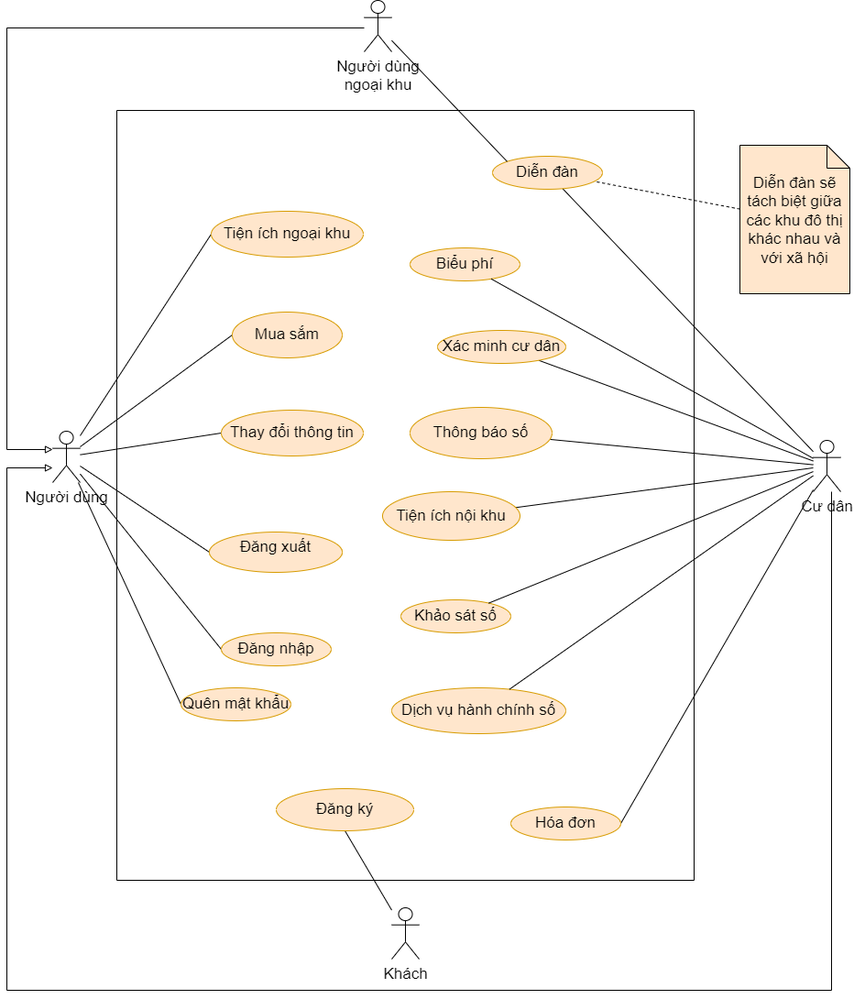
kienndhn/draw-io keeps this draw.io diagram as usecase diagram/use case tông quan.drawio.png. Above is the earlier version. Source tidied: cells renumbered, new cells last; positions are measured from the earlier drawing's top-left corner, leaving out a move shared by most shapes.
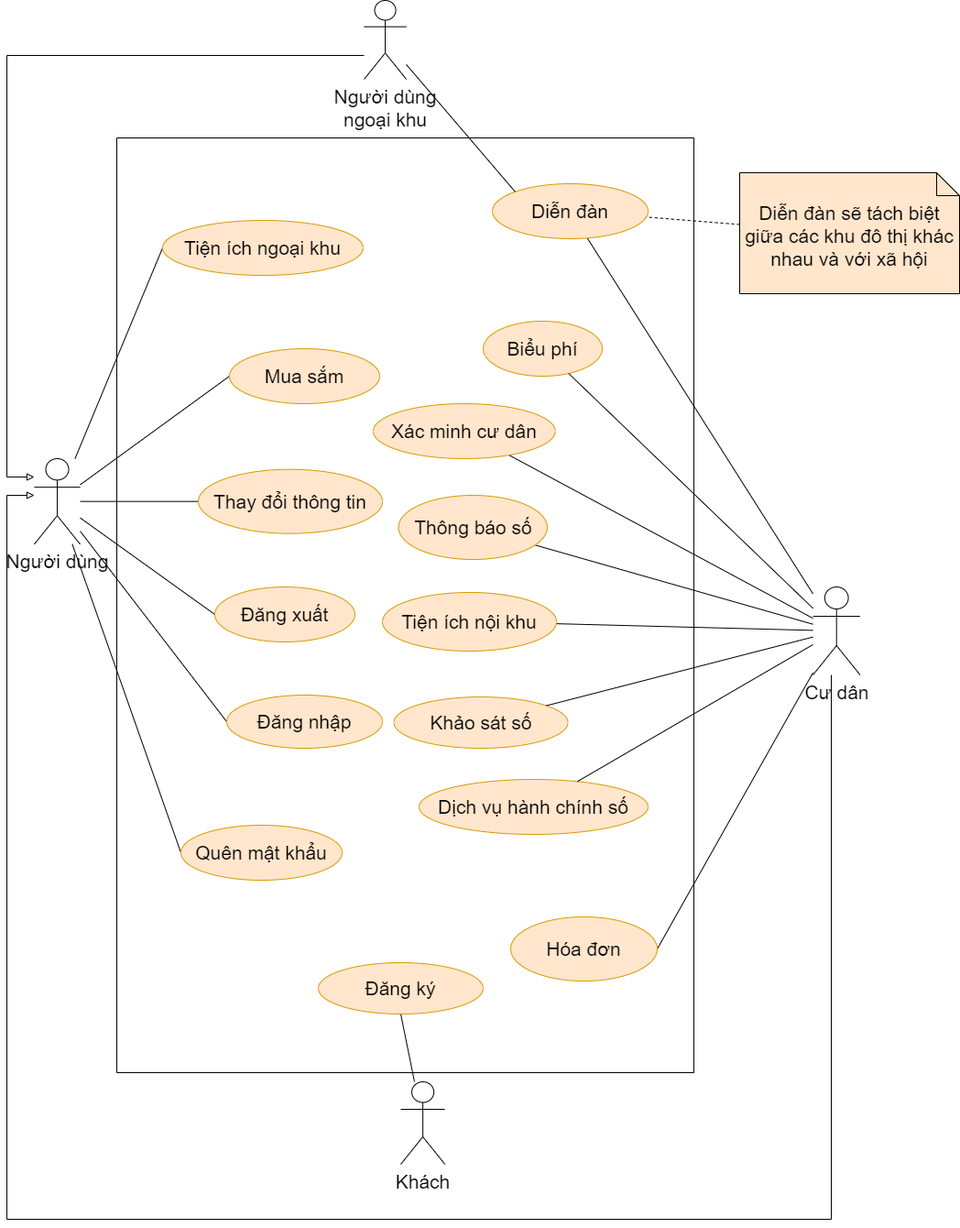
After the commit.

The edit, as a diff of the source:
```diff
@@ -2,19 +2,19 @@
   <root>
     <mxCell id="0" />
     <mxCell id="1" parent="0" />
-    <mxCell id="2" style="edgeStyle=none;rounded=0;jettySize=auto;html=1;entryX=0;entryY=0.5;entryDx=0;entryDy=0;endArrow=none;endFill=0;fontSize=17;" parent="1" edge="1" source="9" target="22">
+    <mxCell id="2" style="edgeStyle=none;rounded=0;jettySize=auto;html=1;entryX=0;entryY=0.5;entryDx=0;entryDy=0;endArrow=none;endFill=0;fontSize=21;" parent="1" edge="1" source="9" target="22">
       <mxGeometry relative="1" as="geometry" />
     </mxCell>
-    <mxCell id="3" style="edgeStyle=none;rounded=0;jettySize=auto;html=1;entryX=0;entryY=0.5;entryDx=0;entryDy=0;endArrow=none;endFill=0;fontSize=17;" parent="1" edge="1" source="9" target="21">
+    <mxCell id="3" style="edgeStyle=none;rounded=0;jettySize=auto;html=1;entryX=0;entryY=0.5;entryDx=0;entryDy=0;endArrow=none;endFill=0;fontSize=21;" parent="1" edge="1" source="9" target="21">
       <mxGeometry relative="1" as="geometry" />
     </mxCell>
-    <mxCell id="4" style="edgeStyle=none;rounded=0;jettySize=auto;html=1;entryX=0;entryY=0.5;entryDx=0;entryDy=0;endArrow=none;endFill=0;fontSize=17;" parent="1" edge="1" source="9" target="23">
+    <mxCell id="4" style="edgeStyle=none;rounded=0;jettySize=auto;html=1;entryX=0;entryY=0.5;entryDx=0;entryDy=0;endArrow=none;endFill=0;fontSize=21;" parent="1" edge="1" source="9" target="23">
       <mxGeometry relative="1" as="geometry" />
     </mxCell>
-    <mxCell id="5" style="edgeStyle=none;rounded=0;jettySize=auto;html=1;entryX=0;entryY=0.5;entryDx=0;entryDy=0;endArrow=none;endFill=0;fontSize=17;" parent="1" edge="1" source="9" target="20">
+    <mxCell id="5" style="edgeStyle=none;rounded=0;jettySize=auto;html=1;entryX=0;entryY=0.5;entryDx=0;entryDy=0;endArrow=none;endFill=0;fontSize=21;" parent="1" edge="1" source="9" target="20">
       <mxGeometry relative="1" as="geometry" />
     </mxCell>
-    <mxCell id="6" style="edgeStyle=orthogonalEdgeStyle;rounded=0;jettySize=auto;html=1;startArrow=block;startFill=0;endArrow=none;endFill=0;fontSize=17;" parent="1" edge="1" source="9" target="36">
+    <mxCell id="6" style="edgeStyle=orthogonalEdgeStyle;rounded=0;jettySize=auto;html=1;startArrow=block;startFill=0;endArrow=none;endFill=0;fontSize=21;" parent="1" edge="1" source="9" target="36">
       <mxGeometry relative="1" as="geometry">
         <Array as="points">
           <mxPoint y="490" />
@@ -22,116 +22,116 @@
         </Array>
       </mxGeometry>
     </mxCell>
-    <mxCell id="7" style="edgeStyle=none;rounded=0;jettySize=auto;html=1;entryX=0;entryY=0.5;entryDx=0;entryDy=0;strokeWidth=1;endArrow=none;endFill=0;fontSize=17;" parent="1" edge="1" source="9" target="27">
+    <mxCell id="7" style="edgeStyle=none;rounded=0;jettySize=auto;html=1;entryX=0;entryY=0.5;entryDx=0;entryDy=0;strokeWidth=1;endArrow=none;endFill=0;fontSize=21;" parent="1" edge="1" source="9" target="27">
       <mxGeometry relative="1" as="geometry" />
     </mxCell>
-    <mxCell id="8" style="edgeStyle=none;rounded=0;jettySize=auto;html=1;entryX=0;entryY=0.5;entryDx=0;entryDy=0;strokeWidth=1;fontSize=17;endArrow=none;endFill=0;" parent="1" edge="1" source="9" target="34">
+    <mxCell id="8" style="edgeStyle=none;rounded=0;jettySize=auto;html=1;entryX=0;entryY=0.5;entryDx=0;entryDy=0;strokeWidth=1;fontSize=21;endArrow=none;endFill=0;" parent="1" edge="1" source="9" target="34">
       <mxGeometry relative="1" as="geometry" />
     </mxCell>
-    <mxCell id="9" value="Người dùng" style="shape=umlActor;verticalLabelPosition=bottom;verticalAlign=top;html=1;outlineConnect=0;fontSize=17;" parent="1" vertex="1">
-      <mxGeometry x="50" y="470" width="30" height="56" as="geometry" />
+    <mxCell id="9" value="Người dùng" style="shape=umlActor;verticalLabelPosition=bottom;verticalAlign=top;html=1;outlineConnect=0;fontSize=21;" parent="1" vertex="1">
+      <mxGeometry x="30" y="470" width="50" height="93.3" as="geometry" />
     </mxCell>
-    <mxCell id="10" style="rounded=0;jettySize=auto;html=1;entryX=0.5;entryY=1;entryDx=0;entryDy=0;endArrow=none;endFill=0;fontSize=17;" parent="1" edge="1" source="11" target="24">
+    <mxCell id="10" style="rounded=0;jettySize=auto;html=1;entryX=0.5;entryY=1;entryDx=0;entryDy=0;endArrow=none;endFill=0;fontSize=21;" parent="1" edge="1" source="11" target="24">
       <mxGeometry relative="1" as="geometry" />
     </mxCell>
-    <mxCell id="11" value="Khách" style="shape=umlActor;verticalLabelPosition=bottom;verticalAlign=top;html=1;outlineConnect=0;fontSize=17;" parent="1" vertex="1">
-      <mxGeometry x="420" y="990" width="30" height="56" as="geometry" />
+    <mxCell id="11" value="Khách" style="shape=umlActor;verticalLabelPosition=bottom;verticalAlign=top;html=1;outlineConnect=0;fontSize=21;" parent="1" vertex="1">
+      <mxGeometry x="430" y="1150" width="48.2" height="90" as="geometry" />
     </mxCell>
-    <mxCell id="12" style="edgeStyle=orthogonalEdgeStyle;rounded=0;jettySize=auto;html=1;endArrow=block;endFill=0;fontSize=17;" parent="1" edge="1" source="14" target="9">
+    <mxCell id="12" style="edgeStyle=orthogonalEdgeStyle;rounded=0;jettySize=auto;html=1;endArrow=block;endFill=0;fontSize=21;" parent="1" edge="1" source="14" target="9">
       <mxGeometry relative="1" as="geometry">
         <Array as="points">
-          <mxPoint x="900" y="1080" />
-          <mxPoint y="1080" />
+          <mxPoint x="900" y="1300" />
+          <mxPoint y="1300" />
           <mxPoint y="510" />
         </Array>
       </mxGeometry>
     </mxCell>
-    <mxCell id="13" style="edgeStyle=none;rounded=0;jettySize=auto;html=1;entryX=1;entryY=0.5;entryDx=0;entryDy=0;startArrow=none;startFill=0;endArrow=none;endFill=0;fontSize=17;" parent="1" edge="1" source="14" target="29">
+    <mxCell id="13" style="edgeStyle=none;rounded=0;jettySize=auto;html=1;entryX=1;entryY=0.5;entryDx=0;entryDy=0;startArrow=none;startFill=0;endArrow=none;endFill=0;fontSize=21;" parent="1" edge="1" source="14" target="29">
       <mxGeometry relative="1" as="geometry" />
     </mxCell>
-    <mxCell id="14" value="Cư dân" style="shape=umlActor;verticalLabelPosition=bottom;verticalAlign=top;html=1;outlineConnect=0;fontSize=17;" parent="1" vertex="1">
-      <mxGeometry x="880" y="480" width="30" height="56" as="geometry" />
+    <mxCell id="14" value="Cư dân" style="shape=umlActor;verticalLabelPosition=bottom;verticalAlign=top;html=1;outlineConnect=0;fontSize=21;" parent="1" vertex="1">
+      <mxGeometry x="880" y="610" width="51.4" height="96" as="geometry" />
     </mxCell>
-    <mxCell id="15" style="rounded=0;jettySize=auto;html=1;startArrow=none;startFill=0;endArrow=none;endFill=0;fontSize=17;" parent="1" edge="1" source="28" target="14">
+    <mxCell id="15" style="rounded=0;jettySize=auto;html=1;startArrow=none;startFill=0;endArrow=none;endFill=0;fontSize=21;" parent="1" edge="1" source="28" target="14">
       <mxGeometry relative="1" as="geometry" />
     </mxCell>
-    <mxCell id="16" style="edgeStyle=none;rounded=0;jettySize=auto;html=1;startArrow=none;startFill=0;endArrow=none;endFill=0;fontSize=17;" parent="1" edge="1" source="31" target="14">
+    <mxCell id="16" style="edgeStyle=none;rounded=0;jettySize=auto;html=1;startArrow=none;startFill=0;endArrow=none;endFill=0;fontSize=21;" parent="1" edge="1" source="31" target="14">
       <mxGeometry relative="1" as="geometry" />
     </mxCell>
-    <mxCell id="17" style="edgeStyle=none;rounded=0;jettySize=auto;html=1;startArrow=none;startFill=0;endArrow=none;endFill=0;fontSize=17;" parent="1" edge="1" source="26" target="14">
+    <mxCell id="17" style="edgeStyle=none;rounded=0;jettySize=auto;html=1;startArrow=none;startFill=0;endArrow=none;endFill=0;fontSize=21;" parent="1" edge="1" source="26" target="14">
       <mxGeometry relative="1" as="geometry" />
     </mxCell>
-    <mxCell id="18" style="edgeStyle=none;rounded=0;jettySize=auto;html=1;startArrow=none;startFill=0;endArrow=none;endFill=0;fontSize=17;" parent="1" edge="1" source="25" target="14">
+    <mxCell id="18" style="edgeStyle=none;rounded=0;jettySize=auto;html=1;startArrow=none;startFill=0;endArrow=none;endFill=0;fontSize=21;" parent="1" edge="1" source="25" target="14">
       <mxGeometry relative="1" as="geometry" />
     </mxCell>
-    <mxCell id="19" style="swimlane;startSize=0;fontSize=17;" parent="1" vertex="1">
-      <mxGeometry x="120" y="120" width="630" height="840" as="geometry" />
+    <mxCell id="19" style="swimlane;startSize=0;fontSize=21;" parent="1" vertex="1">
+      <mxGeometry x="120" y="120" width="630" height="1020" as="geometry" />
     </mxCell>
-    <mxCell id="20" value="&lt;font style=&quot;font-size: 17px;&quot;&gt;Mua sắm&lt;/font&gt;" style="ellipse;whiteSpace=wrap;html=1;fillColor=#ffe6cc;strokeColor=#d79b00;fontSize=17;" parent="19" vertex="1">
-      <mxGeometry x="126" y="220" width="120" height="50" as="geometry" />
+    <mxCell id="20" value="&lt;font style=&quot;font-size: 21px;&quot;&gt;Mua sắm&lt;/font&gt;" style="ellipse;whiteSpace=wrap;html=1;fillColor=#ffe6cc;strokeColor=#d79b00;fontSize=21;" parent="19" vertex="1">
+      <mxGeometry x="123" y="230" width="164" height="60" as="geometry" />
     </mxCell>
-    <mxCell id="21" value="Thay đổi thông tin" style="ellipse;whiteSpace=wrap;html=1;fillColor=#ffe6cc;strokeColor=#d79b00;fontSize=17;" parent="19" vertex="1">
-      <mxGeometry x="114" y="327" width="155" height="50" as="geometry" />
+    <mxCell id="21" value="Thay đổi thông tin" style="ellipse;whiteSpace=wrap;html=1;fillColor=#ffe6cc;strokeColor=#d79b00;fontSize=21;" parent="19" vertex="1">
+      <mxGeometry x="89" y="361.7" width="201" height="70" as="geometry" />
     </mxCell>
-    <mxCell id="22" value="&lt;font style=&quot;font-size: 17px;&quot;&gt;Đăng nhập&lt;/font&gt;" style="ellipse;whiteSpace=wrap;html=1;fillColor=#ffe6cc;strokeColor=#d79b00;fontSize=17;" parent="19" vertex="1">
-      <mxGeometry x="114" y="570" width="120" height="36" as="geometry" />
+    <mxCell id="22" value="&lt;font style=&quot;font-size: 21px;&quot;&gt;Đăng nhập&lt;/font&gt;" style="ellipse;whiteSpace=wrap;html=1;fillColor=#ffe6cc;strokeColor=#d79b00;fontSize=21;" parent="19" vertex="1">
+      <mxGeometry x="120" y="608" width="170" height="58" as="geometry" />
     </mxCell>
-    <mxCell id="23" value="&lt;font style=&quot;font-size: 17px;&quot;&gt;Quên mật khẩu&lt;/font&gt;" style="ellipse;whiteSpace=wrap;html=1;fillColor=#ffe6cc;strokeColor=#d79b00;fontSize=17;" parent="19" vertex="1">
-      <mxGeometry x="70" y="630" width="120" height="36" as="geometry" />
+    <mxCell id="23" value="&lt;font style=&quot;font-size: 21px;&quot;&gt;Quên mật khẩu&lt;/font&gt;" style="ellipse;whiteSpace=wrap;html=1;fillColor=#ffe6cc;strokeColor=#d79b00;fontSize=21;" parent="19" vertex="1">
+      <mxGeometry x="70" y="750" width="176" height="60" as="geometry" />
     </mxCell>
-    <mxCell id="24" value="&lt;font style=&quot;font-size: 17px;&quot;&gt;Đăng ký&lt;/font&gt;" style="ellipse;whiteSpace=wrap;html=1;fillColor=#ffe6cc;strokeColor=#d79b00;fontSize=17;" parent="19" vertex="1">
-      <mxGeometry x="174" y="740" width="150" height="46" as="geometry" />
+    <mxCell id="24" value="&lt;font style=&quot;font-size: 21px;&quot;&gt;Đăng ký&lt;/font&gt;" style="ellipse;whiteSpace=wrap;html=1;fillColor=#ffe6cc;strokeColor=#d79b00;fontSize=21;" parent="19" vertex="1">
+      <mxGeometry x="220" y="900" width="180" height="56" as="geometry" />
     </mxCell>
-    <mxCell id="25" value="&lt;font style=&quot;font-size: 17px;&quot;&gt;Diễn đàn&lt;/font&gt;" style="ellipse;whiteSpace=wrap;html=1;fillColor=#ffe6cc;strokeColor=#d79b00;fontSize=17;" parent="19" vertex="1">
-      <mxGeometry x="410" y="50" width="120" height="36" as="geometry" />
+    <mxCell id="25" value="&lt;font style=&quot;font-size: 21px;&quot;&gt;Diễn đàn&lt;/font&gt;" style="ellipse;whiteSpace=wrap;html=1;fillColor=#ffe6cc;strokeColor=#d79b00;fontSize=21;" parent="19" vertex="1">
+      <mxGeometry x="410" y="50" width="170" height="60" as="geometry" />
     </mxCell>
-    <mxCell id="26" value="&lt;font style=&quot;font-size: 17px;&quot;&gt;Tiện ích nội khu&lt;/font&gt;" style="ellipse;whiteSpace=wrap;html=1;fillColor=#ffe6cc;strokeColor=#d79b00;fontSize=17;" parent="19" vertex="1">
-      <mxGeometry x="290" y="416" width="150" height="53" as="geometry" />
+    <mxCell id="26" value="&lt;font style=&quot;font-size: 21px;&quot;&gt;Tiện ích nội khu&lt;/font&gt;" style="ellipse;whiteSpace=wrap;html=1;fillColor=#ffe6cc;strokeColor=#d79b00;fontSize=21;" parent="19" vertex="1">
+      <mxGeometry x="290" y="496" width="190" height="64" as="geometry" />
     </mxCell>
-    <mxCell id="27" value="&lt;font style=&quot;font-size: 17px;&quot;&gt;Tiện ích ngoại khu&lt;/font&gt;" style="ellipse;whiteSpace=wrap;html=1;fillColor=#ffe6cc;strokeColor=#d79b00;fontSize=17;" parent="19" vertex="1">
-      <mxGeometry x="103" y="110" width="166" height="50" as="geometry" />
+    <mxCell id="27" value="&lt;font style=&quot;font-size: 21px;&quot;&gt;Tiện ích ngoại khu&lt;/font&gt;" style="ellipse;whiteSpace=wrap;html=1;fillColor=#ffe6cc;strokeColor=#d79b00;fontSize=21;" parent="19" vertex="1">
+      <mxGeometry x="50" y="90" width="219" height="60" as="geometry" />
     </mxCell>
-    <mxCell id="28" value="&lt;font style=&quot;font-size: 17px;&quot;&gt;Xác minh cư dân&lt;/font&gt;" style="ellipse;whiteSpace=wrap;html=1;fillColor=#ffe6cc;strokeColor=#d79b00;fontSize=17;" parent="19" vertex="1">
-      <mxGeometry x="350" y="240" width="140" height="36" as="geometry" />
+    <mxCell id="28" value="&lt;font style=&quot;font-size: 21px;&quot;&gt;Xác minh cư dân&lt;/font&gt;" style="ellipse;whiteSpace=wrap;html=1;fillColor=#ffe6cc;strokeColor=#d79b00;fontSize=21;" parent="19" vertex="1">
+      <mxGeometry x="280" y="290" width="198.8" height="60" as="geometry" />
     </mxCell>
-    <mxCell id="29" value="&lt;font style=&quot;font-size: 17px;&quot;&gt;Hóa đơn&lt;/font&gt;" style="ellipse;whiteSpace=wrap;html=1;fillColor=#ffe6cc;strokeColor=#d79b00;fontSize=17;" parent="19" vertex="1">
-      <mxGeometry x="430" y="760" width="120" height="36" as="geometry" />
+    <mxCell id="29" value="&lt;font style=&quot;font-size: 21px;&quot;&gt;Hóa đơn&lt;/font&gt;" style="ellipse;whiteSpace=wrap;html=1;fillColor=#ffe6cc;strokeColor=#d79b00;fontSize=21;" parent="19" vertex="1">
+      <mxGeometry x="430" y="850" width="160" height="70" as="geometry" />
     </mxCell>
-    <mxCell id="30" value="&lt;font style=&quot;font-size: 17px;&quot;&gt;Biểu phí&lt;/font&gt;" style="ellipse;whiteSpace=wrap;html=1;fillColor=#ffe6cc;strokeColor=#d79b00;fontSize=17;" parent="19" vertex="1">
-      <mxGeometry x="320" y="150" width="120" height="36" as="geometry" />
+    <mxCell id="30" value="&lt;font style=&quot;font-size: 21px;&quot;&gt;Biểu phí&lt;/font&gt;" style="ellipse;whiteSpace=wrap;html=1;fillColor=#ffe6cc;strokeColor=#d79b00;fontSize=21;" parent="19" vertex="1">
+      <mxGeometry x="400" y="200" width="130" height="60" as="geometry" />
     </mxCell>
-    <mxCell id="31" value="&lt;font style=&quot;font-size: 17px;&quot;&gt;Thông báo số&lt;/font&gt;" style="ellipse;whiteSpace=wrap;html=1;fillColor=#ffe6cc;strokeColor=#d79b00;fontSize=17;" parent="19" vertex="1">
-      <mxGeometry x="320" y="324" width="155" height="56" as="geometry" />
+    <mxCell id="31" value="&lt;font style=&quot;font-size: 21px;&quot;&gt;Thông báo số&lt;/font&gt;" style="ellipse;whiteSpace=wrap;html=1;fillColor=#ffe6cc;strokeColor=#d79b00;fontSize=21;" parent="19" vertex="1">
+      <mxGeometry x="307.5" y="390" width="162.5" height="70" as="geometry" />
     </mxCell>
-    <mxCell id="32" value="&lt;font style=&quot;font-size: 17px;&quot;&gt;Khảo sát số&lt;/font&gt;" style="ellipse;whiteSpace=wrap;html=1;fillColor=#ffe6cc;strokeColor=#d79b00;fontSize=17;" parent="19" vertex="1">
-      <mxGeometry x="310" y="534" width="120" height="36" as="geometry" />
+    <mxCell id="32" value="&lt;font style=&quot;font-size: 21px;&quot;&gt;Khảo sát số&lt;/font&gt;" style="ellipse;whiteSpace=wrap;html=1;fillColor=#ffe6cc;strokeColor=#d79b00;fontSize=21;" parent="19" vertex="1">
+      <mxGeometry x="302.5" y="610" width="190" height="56" as="geometry" />
     </mxCell>
-    <mxCell id="33" value="&lt;font style=&quot;font-size: 17px;&quot;&gt;Dịch vụ hành chính số&lt;/font&gt;" style="ellipse;whiteSpace=wrap;html=1;fillColor=#ffe6cc;strokeColor=#d79b00;fontSize=17;" parent="19" vertex="1">
-      <mxGeometry x="300" y="630" width="190" height="50" as="geometry" />
+    <mxCell id="33" value="&lt;font style=&quot;font-size: 21px;&quot;&gt;Dịch vụ hành chính số&lt;/font&gt;" style="ellipse;whiteSpace=wrap;html=1;fillColor=#ffe6cc;strokeColor=#d79b00;fontSize=21;" parent="19" vertex="1">
+      <mxGeometry x="330" y="700" width="250" height="60" as="geometry" />
     </mxCell>
-    <mxCell id="34" value="Đăng xuất" style="ellipse;whiteSpace=wrap;html=1;fontSize=17;verticalAlign=top;fillColor=#ffe6cc;strokeColor=#d79b00;" parent="19" vertex="1">
-      <mxGeometry x="101" y="460" width="145" height="44" as="geometry" />
+    <mxCell id="34" value="Đăng xuất" style="ellipse;whiteSpace=wrap;html=1;fontSize=21;verticalAlign=middle;fillColor=#ffe6cc;strokeColor=#d79b00;align=center;" parent="19" vertex="1">
+      <mxGeometry x="107" y="490" width="153" height="60" as="geometry" />
     </mxCell>
-    <mxCell id="35" style="edgeStyle=none;rounded=0;jettySize=auto;html=1;entryX=0;entryY=0;entryDx=0;entryDy=0;strokeWidth=1;endArrow=none;endFill=0;fontSize=17;" parent="1" edge="1" source="36" target="25">
+    <mxCell id="35" style="edgeStyle=none;rounded=0;jettySize=auto;html=1;entryX=0;entryY=0;entryDx=0;entryDy=0;strokeWidth=1;endArrow=none;endFill=0;fontSize=21;" parent="1" edge="1" source="36" target="25">
       <mxGeometry relative="1" as="geometry" />
     </mxCell>
-    <mxCell id="36" value="&lt;font style=&quot;font-size: 17px;&quot;&gt;Người dùng &lt;br style=&quot;font-size: 17px;&quot;&gt;ngoại khu&lt;/font&gt;" style="shape=umlActor;verticalLabelPosition=bottom;verticalAlign=top;html=1;outlineConnect=0;fontSize=17;" parent="1" vertex="1">
-      <mxGeometry x="390" width="30" height="56" as="geometry" />
+    <mxCell id="36" value="&lt;font style=&quot;font-size: 21px;&quot;&gt;Người dùng &lt;br style=&quot;font-size: 21px;&quot;&gt;ngoại khu&lt;/font&gt;" style="shape=umlActor;verticalLabelPosition=bottom;verticalAlign=top;html=1;outlineConnect=0;fontSize=21;" parent="1" vertex="1">
+      <mxGeometry x="390" y="-30" width="46.1" height="86" as="geometry" />
     </mxCell>
-    <mxCell id="37" style="rounded=0;jettySize=auto;html=1;startArrow=none;startFill=0;endArrow=none;endFill=0;fontSize=17;" parent="1" edge="1" source="30" target="14">
+    <mxCell id="37" style="rounded=0;jettySize=auto;html=1;startArrow=none;startFill=0;endArrow=none;endFill=0;fontSize=21;" parent="1" edge="1" source="30" target="14">
       <mxGeometry relative="1" as="geometry" />
     </mxCell>
-    <mxCell id="38" style="edgeStyle=none;rounded=0;jettySize=auto;html=1;startArrow=none;startFill=0;endArrow=none;endFill=0;fontSize=17;" parent="1" edge="1" source="32" target="14">
+    <mxCell id="38" style="edgeStyle=none;rounded=0;jettySize=auto;html=1;startArrow=none;startFill=0;endArrow=none;endFill=0;fontSize=21;" parent="1" edge="1" source="32" target="14">
       <mxGeometry relative="1" as="geometry" />
     </mxCell>
-    <mxCell id="39" style="edgeStyle=none;rounded=0;jettySize=auto;html=1;startArrow=none;startFill=0;endArrow=none;endFill=0;fontSize=17;" parent="1" edge="1" source="33" target="14">
+    <mxCell id="39" style="edgeStyle=none;rounded=0;jettySize=auto;html=1;startArrow=none;startFill=0;endArrow=none;endFill=0;fontSize=21;" parent="1" edge="1" source="33" target="14">
       <mxGeometry relative="1" as="geometry" />
     </mxCell>
-    <mxCell id="40" style="edgeStyle=none;rounded=0;jettySize=auto;html=1;strokeWidth=1;fontSize=17;endArrow=none;endFill=0;dashed=1;" parent="1" edge="1" source="41" target="25">
+    <mxCell id="40" style="edgeStyle=none;rounded=0;jettySize=auto;html=1;strokeWidth=1;fontSize=21;endArrow=none;endFill=0;dashed=1;" parent="1" edge="1" source="41" target="25">
       <mxGeometry relative="1" as="geometry" />
     </mxCell>
-    <mxCell id="41" value="Diễn đàn sẽ tách biệt giữa các khu đô thị khác nhau và với xã hội" style="shape=note2;boundedLbl=1;whiteSpace=wrap;html=1;size=25;verticalAlign=top;align=center;fontSize=17;fillColor=#ffe6cc;" parent="1" vertex="1">
-      <mxGeometry x="800" y="158" width="120" height="162" as="geometry" />
+    <mxCell id="41" value="Diễn đàn sẽ tách biệt giữa các khu đô thị khác nhau và với xã hội" style="shape=note2;boundedLbl=1;whiteSpace=wrap;html=1;size=25;verticalAlign=top;align=center;fontSize=21;fillColor=#ffe6cc;" parent="1" vertex="1">
+      <mxGeometry x="800" y="158" width="240" height="132" as="geometry" />
     </mxCell>
   </root>
 </mxGraphModel>
```
